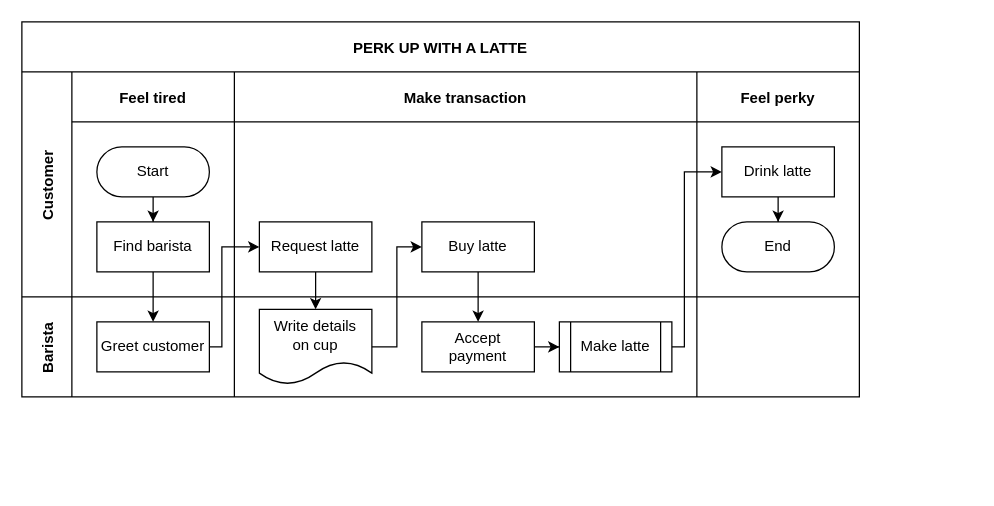
shreyansh2953/actions-hero keeps this draw.io diagram as Untitled Diagram.drawio. Above is the earlier version. Source tidied: cells renumbered, new cells numbered last; positions are measured from the earlier drawing's top-left corner, leaving out a move shared by most shapes. Both pictures are drawn from the tidied source at 125%, with x=0, y=0 at pixel (21, 21).
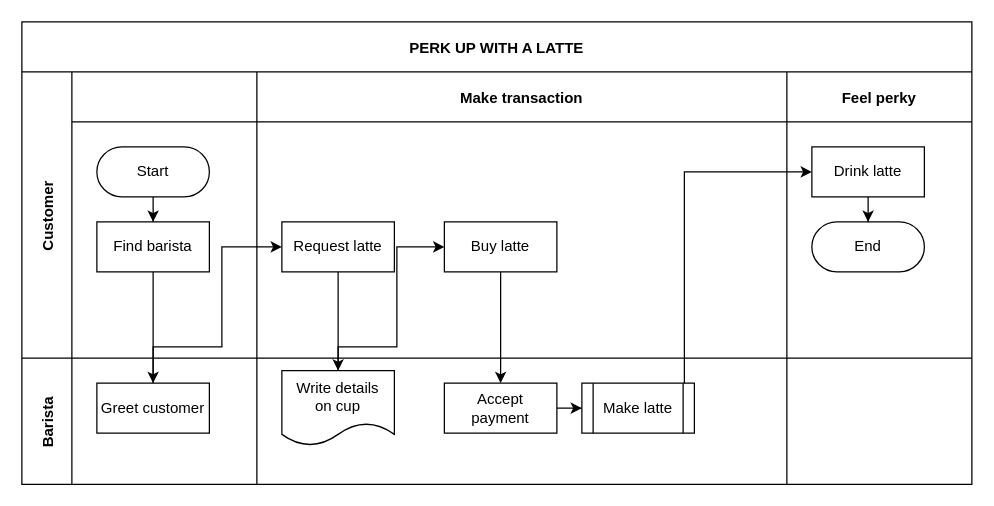
Above is the later version.

The edit, as a diff of the source:
```diff
@@
     <mxCell id="2" value="PERK UP WITH A LATTE" style="shape=table;childLayout=tableLayout;startSize=40;fillColor=none;fontStyle=1;" parent="1" vertex="1">
-      <mxGeometry width="670" height="300" as="geometry" />
+      <mxGeometry width="760" height="370" as="geometry" />
     </mxCell>
@@
     <mxCell id="4" value="Customer" style="shape=tableRow;horizontal=0;swimlaneHead=0;swimlaneBody=0;top=0;left=0;bottom=0;right=0;fillColor=none;startSize=40;fontStyle=1;" parent="2" vertex="1">
-      <mxGeometry y="40" width="670" height="180" as="geometry" />
+      <mxGeometry y="40" width="760" height="229" as="geometry" />
     </mxCell>
-    <mxCell id="5" value="Feel tired" style="swimlane;swimlaneHead=0;swimlaneBody=0;fillColor=none;startSize=40;fontStyle=1;" parent="4" vertex="1">
-      <mxGeometry x="40" width="130" height="180" as="geometry" />
+    <mxCell id="5" style="swimlane;swimlaneHead=0;swimlaneBody=0;fillColor=none;startSize=40;fontStyle=1;" parent="4" vertex="1">
+      <mxGeometry x="40" width="148" height="229" as="geometry" />
     </mxCell>
@@
     <mxCell id="9" value="Make transaction" style="swimlane;swimlaneHead=0;swimlaneBody=0;fillColor=none;startSize=40;fontStyle=1;" parent="4" vertex="1">
-      <mxGeometry x="170" width="370" height="180" as="geometry" />
+      <mxGeometry x="188" width="424" height="229" as="geometry" />
     </mxCell>
@@
     <mxCell id="12" value="Feel perky" style="swimlane;swimlaneHead=0;swimlaneBody=0;fillColor=none;startSize=40;fontStyle=1;" parent="4" vertex="1">
-      <mxGeometry x="540" width="130" height="180" as="geometry" />
+      <mxGeometry x="612" width="148" height="229" as="geometry" />
     </mxCell>
@@
     <mxCell id="16" value="Barista" style="shape=tableRow;horizontal=0;swimlaneHead=0;swimlaneBody=0;top=0;left=0;bottom=0;right=0;fillColor=none;startSize=40;fontStyle=1;" parent="2" vertex="1">
-      <mxGeometry y="220" width="670" height="80" as="geometry" />
+      <mxGeometry y="269" width="760" height="101" as="geometry" />
     </mxCell>
     <mxCell id="17" style="swimlane;swimlaneHead=0;swimlaneBody=0;fillColor=none;startSize=0;fontStyle=1;" parent="16" vertex="1">
-      <mxGeometry x="40" width="130" height="80" as="geometry" />
+      <mxGeometry x="40" width="148" height="101" as="geometry" />
     </mxCell>
@@
     <mxCell id="19" style="swimlane;swimlaneHead=0;swimlaneBody=0;fillColor=none;startSize=0;fontStyle=1;" parent="16" vertex="1">
-      <mxGeometry x="170" width="370" height="80" as="geometry" />
+      <mxGeometry x="188" width="424" height="101" as="geometry" />
     </mxCell>
@@
     <mxCell id="24" style="swimlane;swimlaneHead=0;swimlaneBody=0;fillColor=none;startSize=0;fontStyle=1;" parent="16" vertex="1">
-      <mxGeometry x="540" width="130" height="80" as="geometry" />
+      <mxGeometry x="612" width="148" height="101" as="geometry" />
     </mxCell>
```
